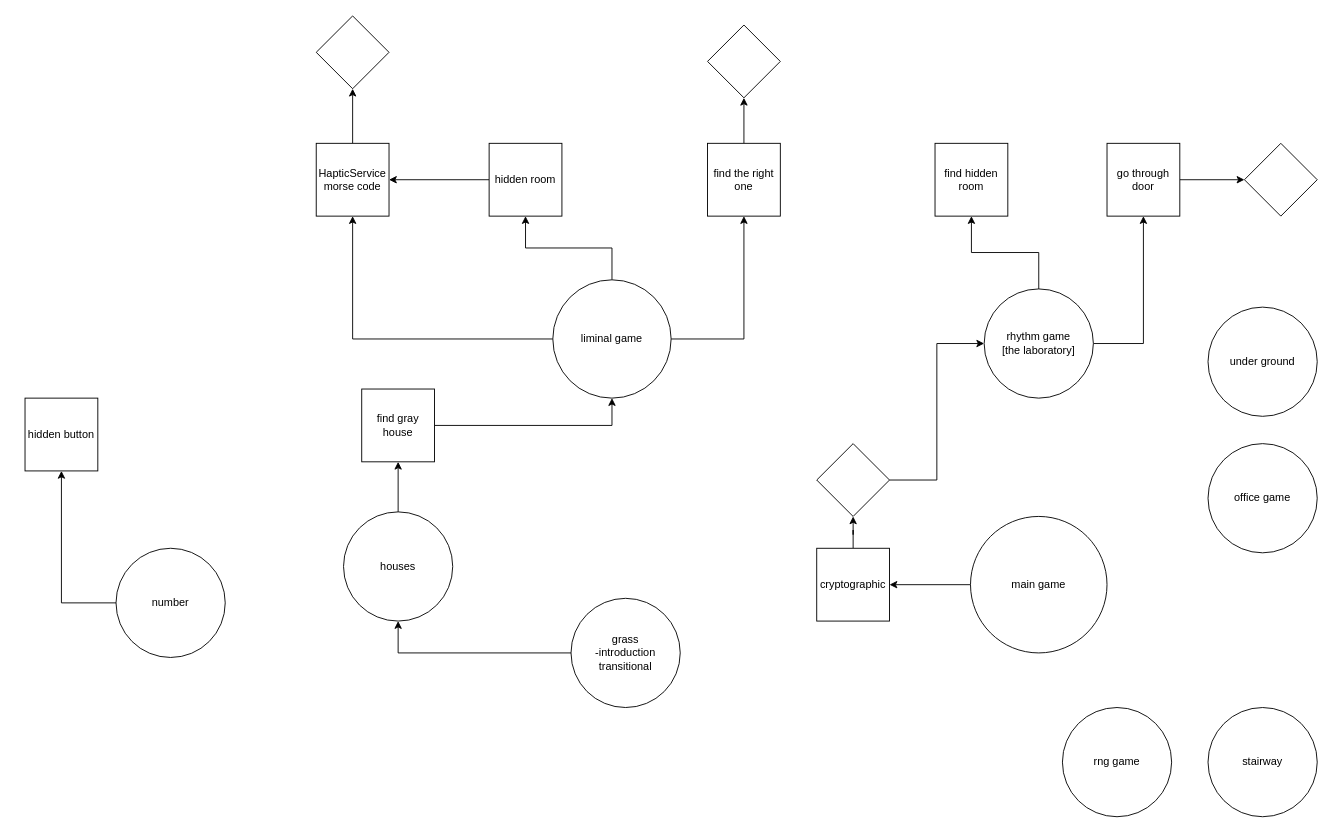
This is puzzles.drawio from Hapcoder11/things, a draw.io file, before an edit. Source tidied: cells renumbered, new cells numbered last; positions are measured from the earlier drawing's top-left corner, leaving out a move shared by most shapes. Both pictures are drawn from the tidied source at 91%, with x=0, y=0 at pixel (25, 15).
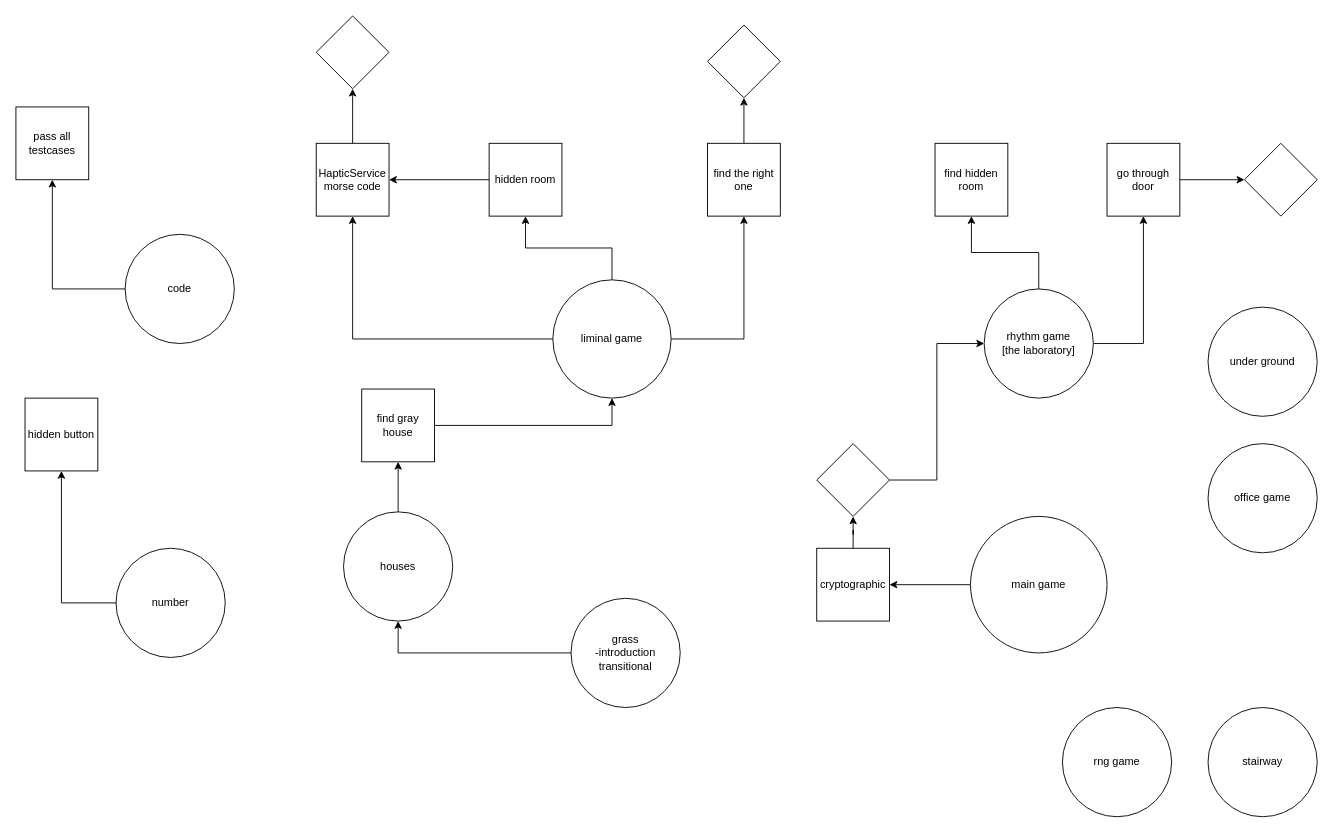
The same page after the edit.

Diff of the diagram source:
```diff
@@
+    <mxCell id="40" style="edgeStyle=orthogonalEdgeStyle;rounded=0;jettySize=auto;html=1;entryX=0.5;entryY=1;entryDx=0;entryDy=0;" parent="1" edge="1" source="41" target="42">
+      <mxGeometry relative="1" as="geometry" />
+    </mxCell>
+    <mxCell id="41" value="code" style="ellipse;whiteSpace=wrap;html=1;" parent="1" vertex="1">
+      <mxGeometry x="110" y="240" width="120" height="120" as="geometry" />
+    </mxCell>
+    <mxCell id="42" value="pass all testcases" style="whiteSpace=wrap;html=1;" parent="1" vertex="1">
+      <mxGeometry x="-10" y="100" width="80" height="80" as="geometry" />
+    </mxCell>
```
